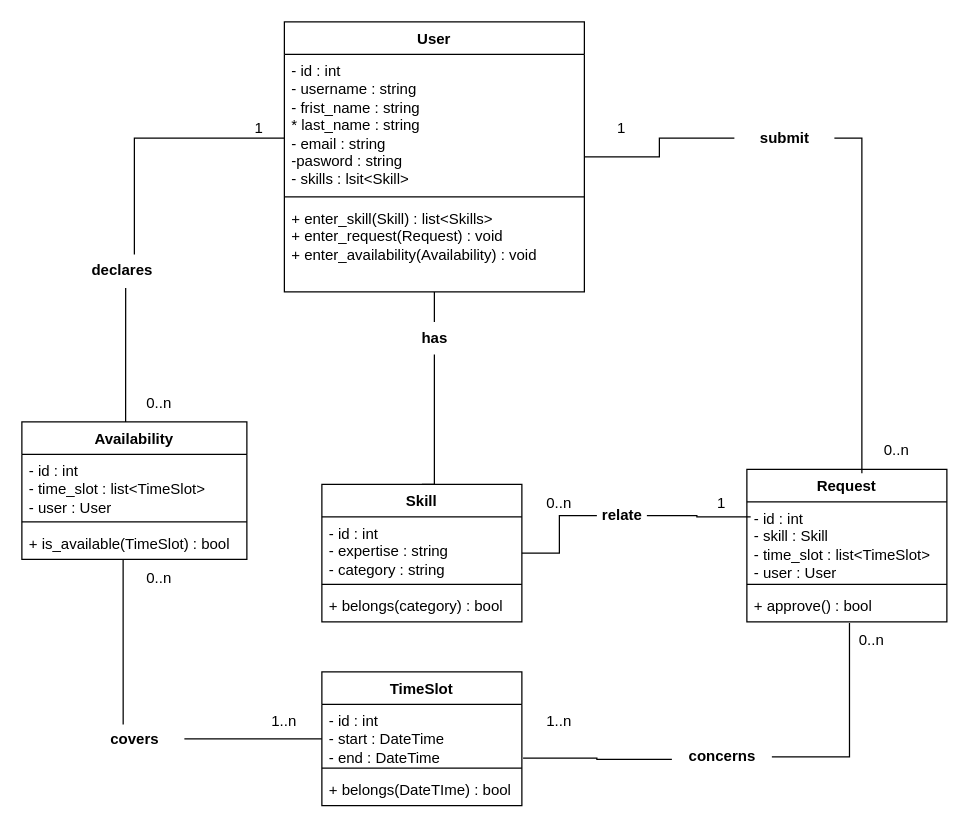
doremijazz/Evaluation_python_web keeps this draw.io diagram as page "Page-2" (2 of 3) of Conception/UML.drawio. Above is the earlier version. Source tidied: cells renumbered, new cells numbered last; positions are measured from the earlier drawing's top-left corner, leaving out a move shared by most shapes. Both pictures are drawn from the tidied source at 125%, with x=0, y=0 at pixel (21, 21).
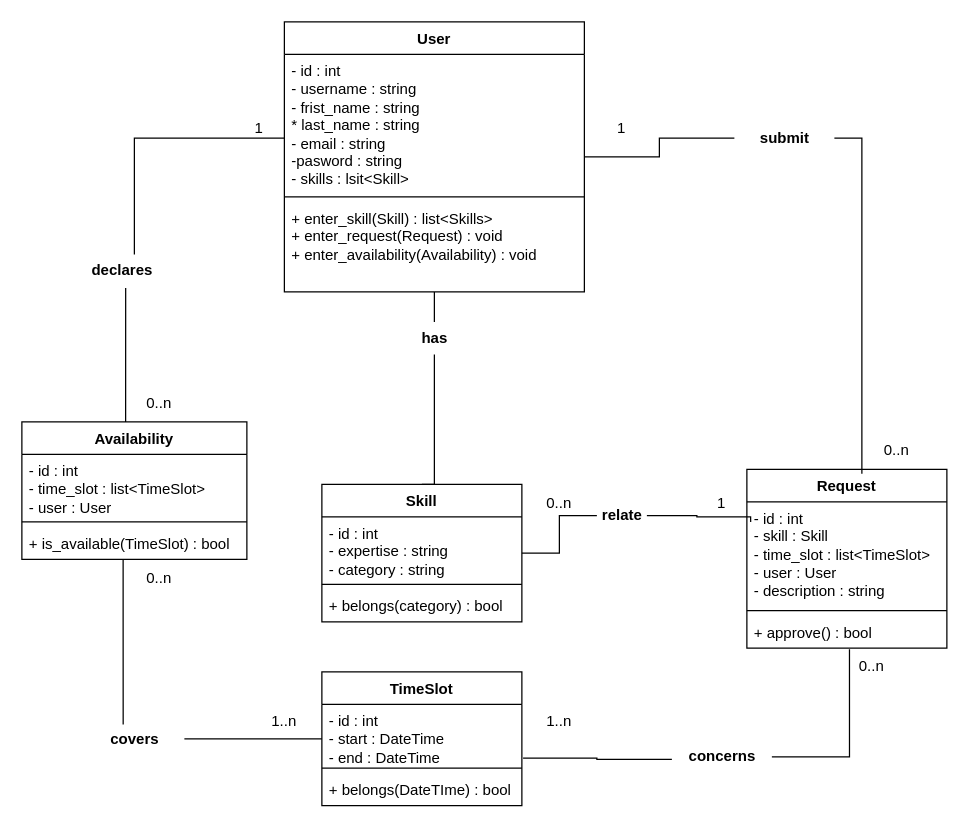
Above is the later version.

Commit message:
RELECTURE UML

Diff of the diagram source:
```diff
@@
     <mxCell id="8" value="Request" style="swimlane;fontStyle=1;align=center;verticalAlign=top;horizontal=1;startSize=26;whiteSpace=wrap;html=1;" parent="1" vertex="1">
-      <mxGeometry x="580" y="358" width="160" height="122" as="geometry" />
+      <mxGeometry x="580" y="358" width="160" height="143" as="geometry" />
     </mxCell>
-    <mxCell id="9" value="- id : int&lt;div&gt;- skill : Skill&lt;/div&gt;&lt;div&gt;- time_slot : list&amp;lt;TimeSlot&amp;gt;&lt;/div&gt;&lt;div&gt;- user : User&lt;/div&gt;" style="text;strokeColor=none;fillColor=none;align=left;verticalAlign=top;spacingLeft=4;spacingRight=4;overflow=hidden;points=[[0,0.5],[1,0.5]];portConstraint=eastwest;whiteSpace=wrap;html=1;" parent="8" vertex="1">
-      <mxGeometry y="26" width="160" height="62" as="geometry" />
+    <mxCell id="9" value="- id : int&lt;div&gt;- skill : Skill&lt;/div&gt;&lt;div&gt;- time_slot : list&amp;lt;TimeSlot&amp;gt;&lt;/div&gt;&lt;div&gt;- user : User&lt;/div&gt;&lt;div&gt;- description : string&lt;/div&gt;" style="text;strokeColor=none;fillColor=none;align=left;verticalAlign=top;spacingLeft=4;spacingRight=4;overflow=hidden;points=[[0,0.5],[1,0.5]];portConstraint=eastwest;whiteSpace=wrap;html=1;" parent="8" vertex="1">
+      <mxGeometry y="26" width="160" height="83" as="geometry" />
     </mxCell>
     <mxCell id="10" style="line;strokeWidth=1;fillColor=none;align=left;verticalAlign=middle;spacingTop=-1;spacingLeft=3;spacingRight=3;labelPosition=right;strokeColor=inherit;" parent="8" vertex="1">
-      <mxGeometry y="88" width="160" height="8" as="geometry" />
+      <mxGeometry y="109" width="160" height="8" as="geometry" />
     </mxCell>
     <mxCell id="11" value="+ approve() : bool" style="text;strokeColor=none;fillColor=none;align=left;verticalAlign=top;spacingLeft=4;spacingRight=4;overflow=hidden;points=[[0,0.5],[1,0.5]];portConstraint=eastwest;whiteSpace=wrap;html=1;" parent="8" vertex="1">
-      <mxGeometry y="96" width="160" height="26" as="geometry" />
+      <mxGeometry y="117" width="160" height="26" as="geometry" />
     </mxCell>
@@
     <mxCell id="44" value="0..n" style="text;html=1;whiteSpace=wrap;strokeColor=none;fillColor=none;align=center;verticalAlign=middle;rounded=0;" parent="1" vertex="1">
-      <mxGeometry x="650" y="480" width="60" height="30" as="geometry" />
+      <mxGeometry x="650" y="501" width="60" height="30" as="geometry" />
     </mxCell>
```
